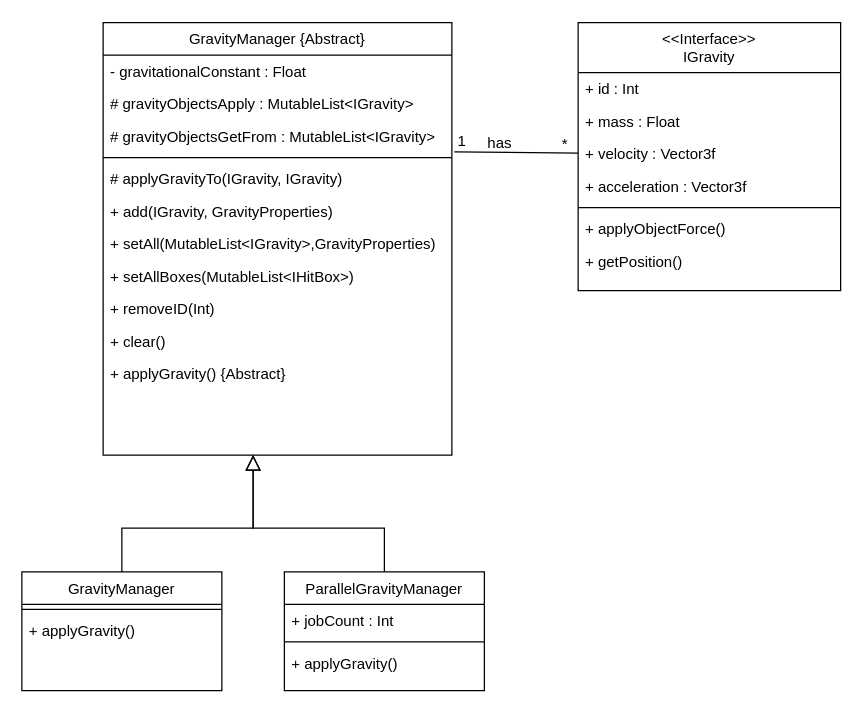
Before: Documents/Diagrams/GravityManager class diagram.drawio in DennisGoss99/BachelorThesis, a draw.io diagram. Source tidied: cells renumbered, new cells numbered last; positions are measured from the earlier drawing's top-left corner, leaving out a move shared by most shapes. Both pictures are drawn from the tidied source at 125%, with x=0, y=0 at pixel (21, 22).
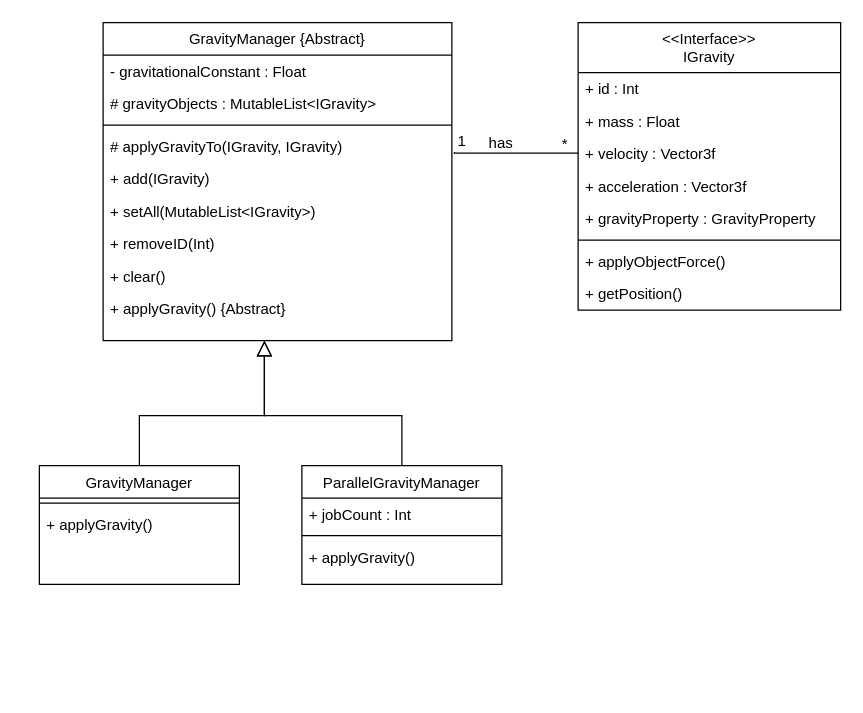
The same diagram, later.

Unchanged cells that the change refers to:
```xml
<mxCell id="26" value="+ velocity : Vector3f" style="text;strokeColor=none;fillColor=none;align=left;verticalAlign=top;spacingLeft=4;spacingRight=4;overflow=hidden;points=[[0,0.5],[1,0.5]];portConstraint=eastwest;" parent="23" vertex="1">
  <mxGeometry y="92" width="210" height="26" as="geometry" />
</mxCell>
```

The edit, as a diff of the source:
```diff
@@
     <mxCell id="2" value="GravityManager {Abstract}" style="swimlane;fontStyle=0;align=center;verticalAlign=top;horizontal=1;startSize=26;rounded=0;shadow=0;strokeWidth=1;fillColor=none;" parent="1" vertex="1">
-      <mxGeometry x="65" y="-0.5" width="279" height="346" as="geometry" />
+      <mxGeometry x="65" y="-0.5" width="279" height="254.5" as="geometry" />
     </mxCell>
@@
-    <mxCell id="4" value="# gravityObjectsApply : MutableList&lt;IGravity&gt;" style="text;strokeColor=none;fillColor=none;align=left;verticalAlign=top;spacingLeft=4;spacingRight=4;overflow=hidden;" parent="2" vertex="1">
+    <mxCell id="4" value="# gravityObjects : MutableList&lt;IGravity&gt;" style="text;strokeColor=none;fillColor=none;align=left;verticalAlign=top;spacingLeft=4;spacingRight=4;overflow=hidden;" parent="2" vertex="1">
       <mxGeometry y="52" width="279" height="26" as="geometry" />
     </mxCell>
-    <mxCell id="5" value="# gravityObjectsGetFrom : MutableList&lt;IGravity&gt;" style="text;strokeColor=none;fillColor=none;align=left;verticalAlign=top;spacingLeft=4;spacingRight=4;overflow=hidden;points=[[0,0.5],[1,0.5]];portConstraint=eastwest;" parent="2" vertex="1">
-      <mxGeometry y="78" width="279" height="26" as="geometry" />
-    </mxCell>
     <mxCell id="6" style="line;html=1;strokeWidth=1;align=left;verticalAlign=middle;spacingTop=-1;spacingLeft=3;spacingRight=3;labelPosition=right;" parent="2" vertex="1">
-      <mxGeometry y="104" width="279" height="8" as="geometry" />
+      <mxGeometry y="78" width="279" height="8" as="geometry" />
     </mxCell>
     <mxCell id="7" value="# applyGravityTo(IGravity, IGravity)" style="text;strokeColor=none;fillColor=none;align=left;verticalAlign=top;spacingLeft=4;spacingRight=4;overflow=hidden;" parent="2" vertex="1">
-      <mxGeometry y="112" width="279" height="26" as="geometry" />
+      <mxGeometry y="86" width="279" height="26" as="geometry" />
     </mxCell>
-    <mxCell id="8" value="+ add(IGravity, GravityProperties)" style="text;strokeColor=none;fillColor=none;align=left;verticalAlign=top;spacingLeft=4;spacingRight=4;overflow=hidden;" parent="2" vertex="1">
-      <mxGeometry y="138" width="279" height="26" as="geometry" />
+    <mxCell id="8" value="+ add(IGravity)" style="text;strokeColor=none;fillColor=none;align=left;verticalAlign=top;spacingLeft=4;spacingRight=4;overflow=hidden;" parent="2" vertex="1">
+      <mxGeometry y="112" width="279" height="26" as="geometry" />
     </mxCell>
-    <mxCell id="9" value="+ setAll(MutableList&lt;IGravity&gt;,GravityProperties)" style="text;strokeColor=none;fillColor=none;align=left;verticalAlign=top;spacingLeft=4;spacingRight=4;overflow=hidden;" parent="2" vertex="1">
-      <mxGeometry y="164" width="279" height="26" as="geometry" />
+    <mxCell id="9" value="+ setAll(MutableList&lt;IGravity&gt;)" style="text;strokeColor=none;fillColor=none;align=left;verticalAlign=top;spacingLeft=4;spacingRight=4;overflow=hidden;" parent="2" vertex="1">
+      <mxGeometry y="138" width="279" height="26" as="geometry" />
     </mxCell>
-    <mxCell id="10" value="+ setAllBoxes(MutableList&lt;IHitBox&gt;)" style="text;strokeColor=none;fillColor=none;align=left;verticalAlign=top;spacingLeft=4;spacingRight=4;overflow=hidden;" parent="2" vertex="1">
-      <mxGeometry y="190" width="279" height="26" as="geometry" />
-    </mxCell>
     <mxCell id="11" value="+ removeID(Int)" style="text;strokeColor=none;fillColor=none;align=left;verticalAlign=top;spacingLeft=4;spacingRight=4;overflow=hidden;" parent="2" vertex="1">
-      <mxGeometry y="216" width="279" height="26" as="geometry" />
+      <mxGeometry y="164" width="279" height="26" as="geometry" />
     </mxCell>
     <mxCell id="12" value="+ clear() " style="text;strokeColor=none;fillColor=none;align=left;verticalAlign=top;spacingLeft=4;spacingRight=4;overflow=hidden;" parent="2" vertex="1">
-      <mxGeometry y="242" width="279" height="26" as="geometry" />
+      <mxGeometry y="190" width="279" height="26" as="geometry" />
     </mxCell>
     <mxCell id="13" value="+ applyGravity() {Abstract}" style="text;strokeColor=none;fillColor=none;align=left;verticalAlign=top;spacingLeft=4;spacingRight=4;overflow=hidden;" parent="2" vertex="1">
-      <mxGeometry y="268" width="279" height="26" as="geometry" />
+      <mxGeometry y="216" width="279" height="26" as="geometry" />
     </mxCell>
     <mxCell id="14" value="GravityManager" style="swimlane;fontStyle=0;align=center;verticalAlign=top;horizontal=1;startSize=26;rounded=0;shadow=0;strokeWidth=1;fillColor=none;" parent="1" vertex="1">
-      <mxGeometry y="439" width="160" height="95" as="geometry" />
+      <mxGeometry x="14" y="354" width="160" height="95" as="geometry" />
     </mxCell>
@@
-    <mxCell id="17" style="endArrow=block;endSize=10;endFill=0;shadow=0;strokeWidth=1;rounded=0;edgeStyle=elbowEdgeStyle;elbow=vertical;" parent="1" edge="1" source="14" target="2">
+    <mxCell id="17" style="endArrow=block;endSize=10;endFill=0;shadow=0;strokeWidth=1;rounded=0;edgeStyle=elbowEdgeStyle;elbow=vertical;" parent="1" edge="1" source="14">
       <mxGeometry relative="1" as="geometry">
+        <mxPoint x="194" y="254" as="targetPoint" />
         <Array as="points">
-          <mxPoint x="185" y="404" />
+          <mxPoint x="205" y="314" />
         </Array>
       </mxGeometry>
     </mxCell>
     <mxCell id="18" value="ParallelGravityManager" style="swimlane;fontStyle=0;align=center;verticalAlign=top;horizontal=1;startSize=26;rounded=0;shadow=0;strokeWidth=1;fillColor=none;" parent="1" vertex="1">
-      <mxGeometry x="210" y="439" width="160" height="95" as="geometry" />
+      <mxGeometry x="224" y="354" width="160" height="95" as="geometry" />
     </mxCell>
@@
-    <mxCell id="22" style="endArrow=block;endSize=10;endFill=0;shadow=0;strokeWidth=1;rounded=0;edgeStyle=elbowEdgeStyle;elbow=vertical;" parent="1" edge="1" source="18" target="2">
+    <mxCell id="22" style="endArrow=block;endSize=10;endFill=0;shadow=0;strokeWidth=1;rounded=0;edgeStyle=elbowEdgeStyle;elbow=vertical;" parent="1" edge="1" source="18">
       <mxGeometry relative="1" as="geometry">
+        <mxPoint x="194" y="254" as="targetPoint" />
         <Array as="points">
-          <mxPoint x="185" y="404" />
-          <mxPoint x="185" y="404" />
-          <mxPoint x="185" y="404" />
+          <mxPoint x="205" y="314" />
+          <mxPoint x="205" y="314" />
+          <mxPoint x="205" y="314" />
         </Array>
       </mxGeometry>
     </mxCell>
     <mxCell id="23" value="&lt;&lt;Interface&gt;&gt;&#10;IGravity" style="swimlane;fontStyle=0;align=center;verticalAlign=top;horizontal=1;startSize=40;rounded=0;shadow=0;strokeWidth=1;fillColor=none;" parent="1" vertex="1">
-      <mxGeometry x="445" y="-0.5" width="210" height="214.5" as="geometry" />
+      <mxGeometry x="445" y="-0.5" width="210" height="230" as="geometry" />
     </mxCell>
@@
+    <mxCell id="35" value="+ gravityProperty : GravityProperty" style="text;strokeColor=none;fillColor=none;align=left;verticalAlign=top;spacingLeft=4;spacingRight=4;overflow=hidden;" parent="23" vertex="1">
+      <mxGeometry y="144" width="210" height="26" as="geometry" />
+    </mxCell>
     <mxCell id="28" style="line;html=1;strokeWidth=1;align=left;verticalAlign=middle;spacingTop=-1;spacingLeft=3;spacingRight=3;labelPosition=right;" parent="23" vertex="1">
-      <mxGeometry y="144" width="210" height="8" as="geometry" />
+      <mxGeometry y="170" width="210" height="8" as="geometry" />
     </mxCell>
     <mxCell id="29" value="+ applyObjectForce()" style="text;strokeColor=none;fillColor=none;align=left;verticalAlign=top;spacingLeft=4;spacingRight=4;overflow=hidden;" parent="23" vertex="1">
-      <mxGeometry y="152" width="210" height="26" as="geometry" />
+      <mxGeometry y="178" width="210" height="26" as="geometry" />
     </mxCell>
     <mxCell id="30" value="+ getPosition()" style="text;strokeColor=none;fillColor=none;align=left;verticalAlign=top;spacingLeft=4;spacingRight=4;overflow=hidden;" parent="23" vertex="1">
-      <mxGeometry y="178" width="210" height="26" as="geometry" />
+      <mxGeometry y="204" width="210" height="26" as="geometry" />
     </mxCell>
-    <mxCell id="31" style="endArrow=none;shadow=0;strokeWidth=1;rounded=0;endFill=0;edgeStyle=elbowEdgeStyle;elbow=vertical;entryX=0;entryY=0.5;entryDx=0;entryDy=0;exitX=1.007;exitY=0.981;exitDx=0;exitDy=0;exitPerimeter=0;" parent="1" edge="1" source="5" target="26">
+    <mxCell id="31" style="endArrow=none;shadow=0;strokeWidth=1;rounded=0;endFill=0;edgeStyle=elbowEdgeStyle;elbow=vertical;entryX=0;entryY=0.5;entryDx=0;entryDy=0;exitX=1.007;exitY=0.981;exitDx=0;exitDy=0;exitPerimeter=0;" parent="1" edge="1" target="26">
       <mxGeometry x="0.5" y="41" relative="1" as="geometry">
+        <mxPoint x="346" y="103" as="sourcePoint" />
         <mxPoint x="-40" y="32" as="offset" />
       </mxGeometry>
     </mxCell>
```
